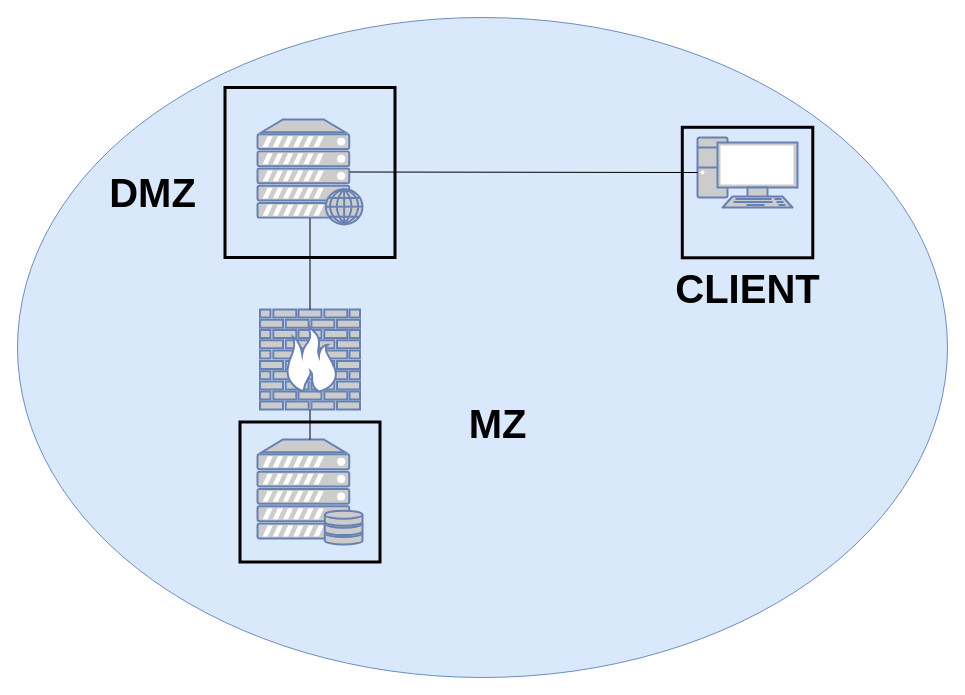
The draw.io diagram docs/schemi/schema_ambiente_produzione.drawio in LucaAvveduto/5C_WikiStudenti_Avveduto_Barani_Brambilla_Cecire, before the edit. Source tidied: cells renumbered, new cells numbered last; positions are measured from the earlier drawing's top-left corner, leaving out a move shared by most shapes. Both pictures are drawn from the tidied source at 100%, with x=0, y=0 at pixel (17, 17).
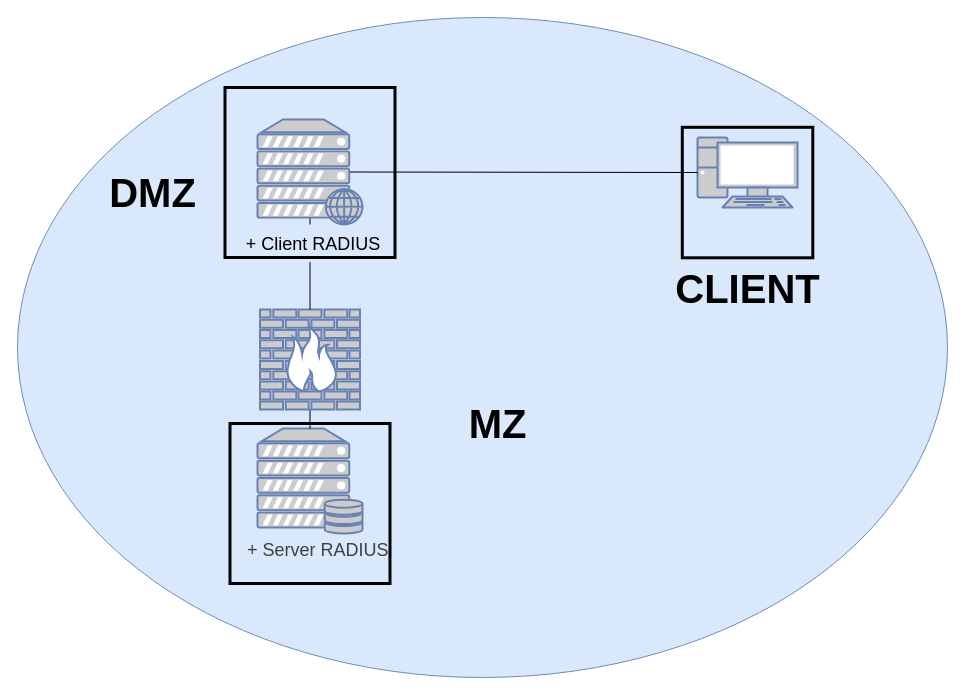
After the change.

Diff of the diagram source:
```diff
@@
 <mxGraphModel>
   <root>
     <mxCell id="0" />
     <mxCell id="1" parent="0" />
     <mxCell id="2" style="ellipse;whiteSpace=wrap;html=1;fillColor=#dae8fc;strokeColor=#6c8ebf;" parent="1" vertex="1">
       <mxGeometry width="930" height="660" as="geometry" />
     </mxCell>
     <mxCell id="3" style="whiteSpace=wrap;html=1;fillColor=none;strokeWidth=3;" parent="1" vertex="1">
       <mxGeometry x="207.5" y="70" width="170" height="170" as="geometry" />
     </mxCell>
     <mxCell id="4" style="fontColor=#0066CC;verticalAlign=top;verticalLabelPosition=bottom;labelPosition=center;align=center;html=1;outlineConnect=0;fillColor=#CCCCCC;strokeColor=#6881B3;gradientColor=none;gradientDirection=north;strokeWidth=2;shape=mxgraph.networks.firewall;" parent="1" vertex="1">
       <mxGeometry x="242.5" y="292" width="100" height="100" as="geometry" />
     </mxCell>
     <mxCell id="5" style="fontColor=#0066CC;verticalAlign=top;verticalLabelPosition=bottom;labelPosition=center;align=center;html=1;outlineConnect=0;fillColor=#CCCCCC;strokeColor=#6881B3;gradientColor=none;gradientDirection=north;strokeWidth=2;shape=mxgraph.networks.web_server;" parent="1" vertex="1">
       <mxGeometry x="240" y="102" width="105" height="105" as="geometry" />
     </mxCell>
     <mxCell id="6" style="fontColor=#0066CC;verticalAlign=top;verticalLabelPosition=bottom;labelPosition=center;align=center;html=1;outlineConnect=0;fillColor=#CCCCCC;strokeColor=#6881B3;gradientColor=none;gradientDirection=north;strokeWidth=2;shape=mxgraph.networks.server_storage;" parent="1" vertex="1">
-      <mxGeometry x="240" y="422" width="105" height="105" as="geometry" />
+      <mxGeometry x="240" y="411" width="105" height="105" as="geometry" />
     </mxCell>
     <mxCell id="7" value="&lt;h1&gt;&lt;font style=&quot;font-size: 40px;&quot;&gt;DMZ&lt;/font&gt;&lt;/h1&gt;" style="text;html=1;align=center;verticalAlign=middle;strokeColor=none;fillColor=none;" parent="1" vertex="1">
       <mxGeometry x="80" y="130" width="110" height="90" as="geometry" />
     </mxCell>
     <mxCell id="8" value="&lt;h1&gt;&lt;font style=&quot;font-size: 40px;&quot;&gt;MZ&lt;/font&gt;&lt;/h1&gt;" style="text;html=1;align=center;verticalAlign=middle;strokeColor=none;fillColor=none;" parent="1" vertex="1">
       <mxGeometry x="440" y="361" width="80" height="90" as="geometry" />
     </mxCell>
     <mxCell id="9" style="endArrow=none;html=1;entryX=0.5;entryY=1;entryDx=0;entryDy=0;entryPerimeter=0;exitX=0.5;exitY=0;exitDx=0;exitDy=0;exitPerimeter=0;" parent="1" edge="1" source="6" target="4">
       <mxGeometry relative="1" as="geometry" />
     </mxCell>
-    <mxCell id="10" style="endArrow=none;html=1;exitX=0.5;exitY=0;exitDx=0;exitDy=0;exitPerimeter=0;entryX=0.5;entryY=0.94;entryDx=0;entryDy=0;entryPerimeter=0;" parent="1" edge="1" source="4" target="5">
+    <mxCell id="10" style="endArrow=none;html=1;exitX=0.5;exitY=0;exitDx=0;exitDy=0;exitPerimeter=0;entryX=0.5;entryY=0.94;entryDx=0;entryDy=0;entryPerimeter=0;" parent="1" edge="1" source="17" target="5">
       <mxGeometry relative="1" as="geometry" />
     </mxCell>
     <mxCell id="11" style="fontColor=#0066CC;verticalAlign=top;verticalLabelPosition=bottom;labelPosition=center;align=center;html=1;outlineConnect=0;fillColor=#CCCCCC;strokeColor=#6881B3;gradientColor=none;gradientDirection=north;strokeWidth=2;shape=mxgraph.networks.pc;" parent="1" vertex="1">
       <mxGeometry x="680" y="120" width="100" height="70" as="geometry" />
     </mxCell>
     <mxCell id="12" value="&lt;h1&gt;&lt;font style=&quot;font-size: 40px;&quot;&gt;CLIENT&lt;/font&gt;&lt;/h1&gt;" style="text;html=1;align=center;verticalAlign=middle;strokeColor=none;fillColor=none;" parent="1" vertex="1">
       <mxGeometry x="645" y="226" width="170" height="90" as="geometry" />
     </mxCell>
     <mxCell id="13" style="endArrow=none;html=1;entryX=0;entryY=0.5;entryDx=0;entryDy=0;entryPerimeter=0;exitX=0.88;exitY=0.5;exitDx=0;exitDy=0;exitPerimeter=0;" parent="1" edge="1" source="5" target="11">
       <mxGeometry relative="1" as="geometry" />
     </mxCell>
-    <mxCell id="14" style="whiteSpace=wrap;html=1;fillColor=none;strokeWidth=3;" parent="1" vertex="1">
-      <mxGeometry x="222.5" y="404.5" width="140" height="140" as="geometry" />
-    </mxCell>
     <mxCell id="15" style="whiteSpace=wrap;html=1;fillColor=none;strokeWidth=3;" parent="1" vertex="1">
       <mxGeometry x="664.8" y="109.8" width="130.5" height="130.5" as="geometry" />
     </mxCell>
+    <mxCell id="16" style="endArrow=none;html=1;exitX=0.5;exitY=0;exitDx=0;exitDy=0;exitPerimeter=0;entryX=0.5;entryY=0.94;entryDx=0;entryDy=0;entryPerimeter=0;" parent="1" edge="1" source="4" target="17">
+      <mxGeometry relative="1" as="geometry" />
+    </mxCell>
+    <mxCell id="17" value="&lt;font style=&quot;font-size: 18px;&quot;&gt;&amp;nbsp;+ Client RADIUS&lt;/font&gt;" style="text;html=1;align=center;verticalAlign=middle;points=[];strokeColor=none;fillColor=none;" parent="1" vertex="1">
+      <mxGeometry x="212.5" y="207" width="160" height="40" as="geometry" />
+    </mxCell>
+    <mxCell id="18" value="&lt;span style=&quot;color: rgb(63, 63, 63); font-family: Helvetica; font-style: normal; font-variant-ligatures: normal; font-variant-caps: normal; font-weight: 400; letter-spacing: normal; orphans: 2; text-align: center; text-indent: 0px; text-transform: none; widows: 2; word-spacing: 0px; -webkit-text-stroke-width: 0px; white-space: nowrap; text-decoration-thickness: initial; text-decoration-style: initial; text-decoration-color: initial; float: none; display: inline !important;&quot;&gt;&lt;font style=&quot;font-size: 18px;&quot;&gt;+ Server RADIUS&lt;/font&gt;&lt;/span&gt;" style="text;whiteSpace=wrap;html=1;" parent="1" vertex="1">
+      <mxGeometry x="227.5" y="516" width="150" height="50" as="geometry" />
+    </mxCell>
+    <mxCell id="19" style="whiteSpace=wrap;html=1;fillColor=none;strokeWidth=3;" parent="1" vertex="1">
+      <mxGeometry x="212.5" y="406" width="160" height="160" as="geometry" />
+    </mxCell>
   </root>
 </mxGraphModel>
```
